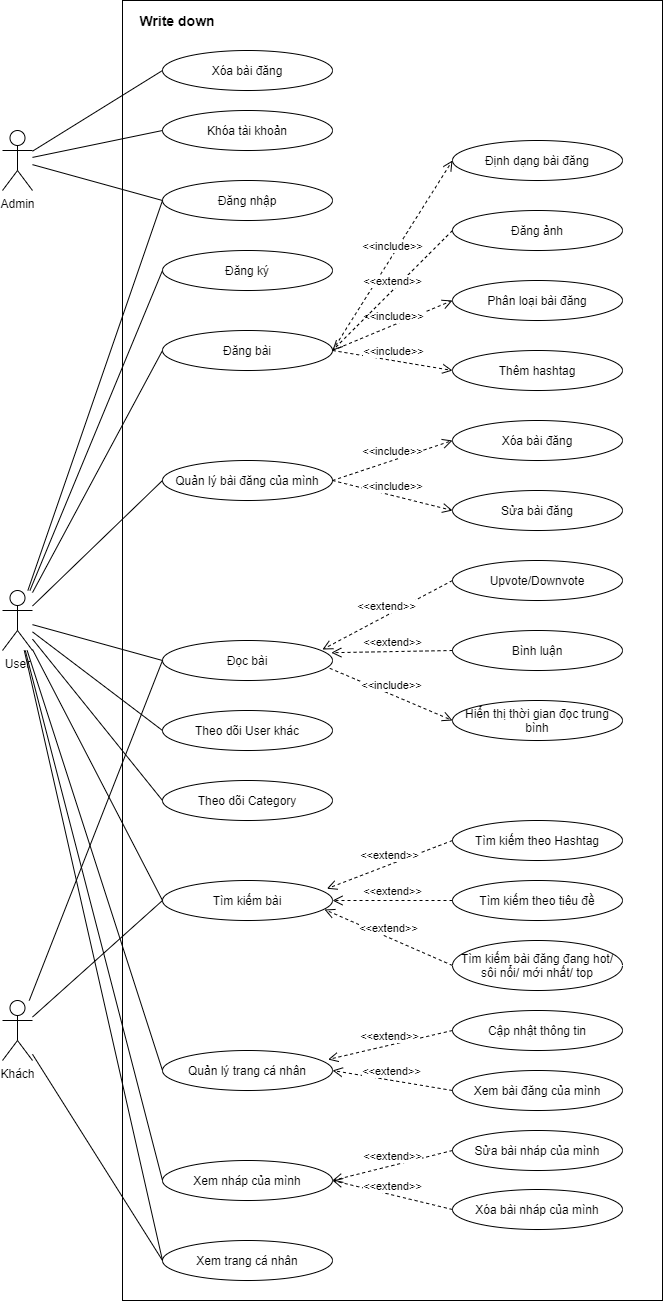
This is use_case/write_down.png from nghialuffy/write_down_project, a draw.io export, as it was before one commit. Source tidied: cells renumbered, new cells last; positions are measured from the earlier drawing's top-left corner, leaving out a move shared by most shapes.
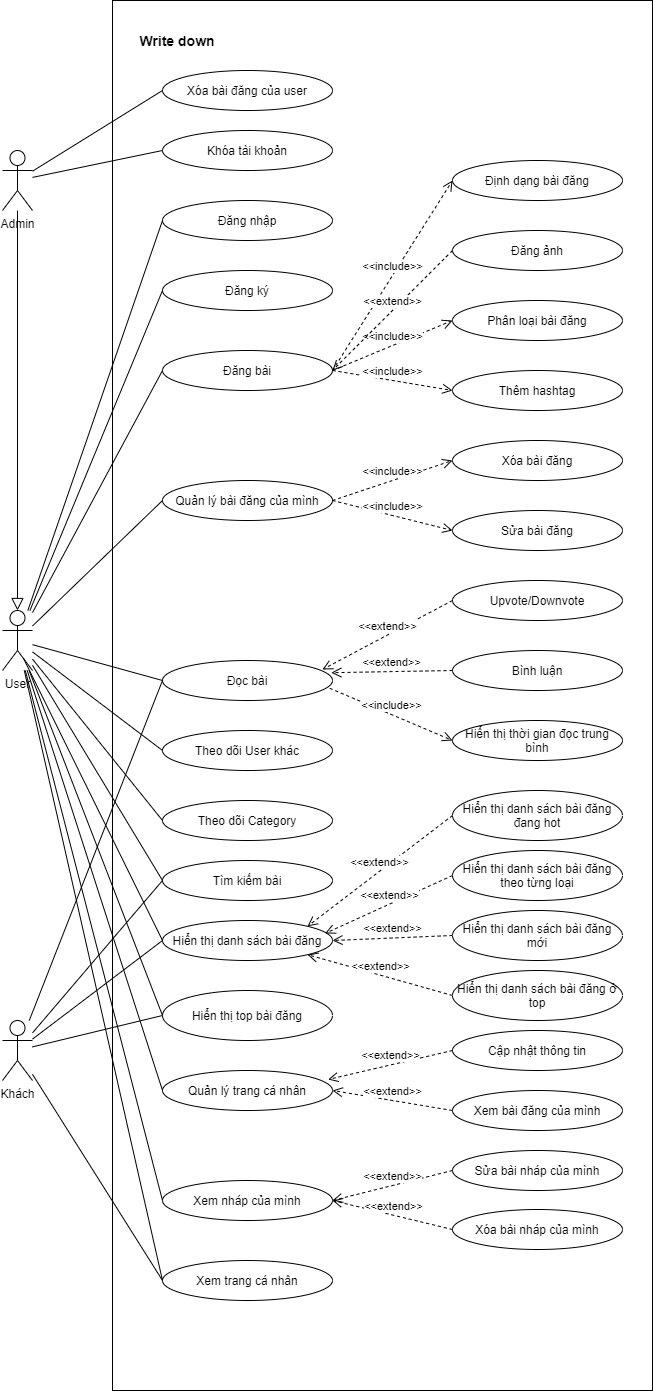
After the change.

Commit message:
update use case

Diff of the diagram source:
```diff
@@ -3,12 +3,12 @@
     <mxCell id="0" />
     <mxCell id="1" parent="0" />
     <mxCell id="2" style="rounded=0;whiteSpace=wrap;html=1;" parent="1" vertex="1">
-      <mxGeometry x="120" width="540" height="1300" as="geometry" />
+      <mxGeometry x="110" y="-20" width="540" height="1390" as="geometry" />
     </mxCell>
     <mxCell id="3" value="Admin" style="shape=umlActor;verticalLabelPosition=bottom;verticalAlign=top;html=1;outlineConnect=0;" parent="1" vertex="1">
       <mxGeometry y="130" width="30" height="60" as="geometry" />
     </mxCell>
-    <mxCell id="4" value="Xóa bài đăng" style="ellipse;whiteSpace=wrap;html=1;" parent="1" vertex="1">
+    <mxCell id="4" value="Xóa bài đăng của user" style="ellipse;whiteSpace=wrap;html=1;" parent="1" vertex="1">
       <mxGeometry x="160" y="50" width="170" height="40" as="geometry" />
     </mxCell>
     <mxCell id="5" value="Khóa tài khoản" style="ellipse;whiteSpace=wrap;html=1;" parent="1" vertex="1">
@@ -72,24 +72,12 @@
       <mxGeometry relative="1" as="geometry" />
     </mxCell>
     <mxCell id="25" value="Tìm kiếm bài" style="ellipse;whiteSpace=wrap;html=1;" parent="1" vertex="1">
-      <mxGeometry x="160" y="880" width="170" height="40" as="geometry" />
+      <mxGeometry x="160" y="840" width="170" height="40" as="geometry" />
     </mxCell>
-    <mxCell id="26" value="Tìm kiếm theo Hashtag" style="ellipse;whiteSpace=wrap;html=1;" parent="1" vertex="1">
-      <mxGeometry x="450" y="820" width="170" height="40" as="geometry" />
-    </mxCell>
-    <mxCell id="27" value="Tìm kiếm theo tiêu đề" style="ellipse;whiteSpace=wrap;html=1;" parent="1" vertex="1">
-      <mxGeometry x="450" y="880" width="170" height="40" as="geometry" />
-    </mxCell>
-    <mxCell id="28" value="Tìm kiếm bài đăng đang hot/ sôi nổi/ mới nhất/ top" style="ellipse;whiteSpace=wrap;html=1;" parent="1" vertex="1">
-      <mxGeometry x="450" y="940" width="170" height="50" as="geometry" />
+    <mxCell id="28" value="Hiển thị danh sách bài đăng đang hot" style="ellipse;whiteSpace=wrap;html=1;" parent="1" vertex="1">
+      <mxGeometry x="450" y="770" width="170" height="50" as="geometry" />
     </mxCell>
-    <mxCell id="29" value="&amp;lt;&amp;lt;extend&amp;gt;&amp;gt;" style="html=1;verticalAlign=bottom;endArrow=open;dashed=1;endSize=8;exitX=0;exitY=0.5;exitDx=0;exitDy=0;entryX=0.967;entryY=0.205;entryDx=0;entryDy=0;entryPerimeter=0;" parent="1" edge="1" source="26" target="25">
-      <mxGeometry relative="1" as="geometry" />
-    </mxCell>
-    <mxCell id="30" value="&amp;lt;&amp;lt;extend&amp;gt;&amp;gt;" style="html=1;verticalAlign=bottom;endArrow=open;dashed=1;endSize=8;entryX=1;entryY=0.5;entryDx=0;entryDy=0;exitX=0;exitY=0.5;exitDx=0;exitDy=0;" parent="1" edge="1" source="27" target="25">
-      <mxGeometry relative="1" as="geometry" />
-    </mxCell>
-    <mxCell id="31" value="&amp;lt;&amp;lt;extend&amp;gt;&amp;gt;" style="html=1;verticalAlign=bottom;endArrow=open;dashed=1;endSize=8;entryX=0.953;entryY=0.725;entryDx=0;entryDy=0;exitX=0;exitY=0.5;exitDx=0;exitDy=0;entryPerimeter=0;" parent="1" edge="1" source="28" target="25">
+    <mxCell id="31" value="&amp;lt;&amp;lt;extend&amp;gt;&amp;gt;" style="html=1;verticalAlign=bottom;endArrow=open;dashed=1;endSize=8;entryX=1;entryY=0;entryDx=0;entryDy=0;exitX=0;exitY=0.5;exitDx=0;exitDy=0;" parent="1" edge="1" source="28" target="69">
       <mxGeometry relative="1" as="geometry" />
     </mxCell>
     <mxCell id="32" value="Quản lý trang cá nhân" style="ellipse;whiteSpace=wrap;html=1;" parent="1" vertex="1">
@@ -116,12 +104,6 @@
     <mxCell id="39" value="&amp;lt;&amp;lt;extend&amp;gt;&amp;gt;" style="html=1;verticalAlign=bottom;endArrow=open;dashed=1;endSize=8;entryX=1;entryY=0.5;entryDx=0;entryDy=0;exitX=0;exitY=0.5;exitDx=0;exitDy=0;" parent="1" edge="1" source="36" target="35">
       <mxGeometry relative="1" as="geometry" />
     </mxCell>
-    <mxCell id="40" style="endArrow=none;html=1;entryX=0;entryY=0.5;entryDx=0;entryDy=0;" parent="1" edge="1" source="3" target="4">
-      <mxGeometry relative="1" as="geometry" />
-    </mxCell>
-    <mxCell id="41" style="endArrow=none;html=1;entryX=0;entryY=0.5;entryDx=0;entryDy=0;" parent="1" edge="1" source="3" target="5">
-      <mxGeometry relative="1" as="geometry" />
-    </mxCell>
     <mxCell id="42" style="endArrow=none;html=1;entryX=0;entryY=0.5;entryDx=0;entryDy=0;" parent="1" edge="1" source="6" target="7">
       <mxGeometry relative="1" as="geometry" />
     </mxCell>
@@ -143,9 +125,6 @@
     <mxCell id="48" value="Write down" style="text;html=1;strokeColor=none;fillColor=none;align=center;verticalAlign=middle;whiteSpace=wrap;rounded=0;fontStyle=1;fontSize=14;" parent="1" vertex="1">
       <mxGeometry x="130" y="10" width="90" height="20" as="geometry" />
     </mxCell>
-    <mxCell id="49" style="endArrow=none;html=1;entryX=0;entryY=0.5;entryDx=0;entryDy=0;" parent="1" edge="1" source="3" target="8">
-      <mxGeometry relative="1" as="geometry" />
-    </mxCell>
     <mxCell id="50" value="Quản lý bài đăng của mình" style="ellipse;whiteSpace=wrap;html=1;" parent="1" vertex="1">
       <mxGeometry x="160" y="460" width="170" height="40" as="geometry" />
     </mxCell>
@@ -203,5 +182,50 @@
     <mxCell id="68" style="endArrow=none;html=1;entryX=0;entryY=0.5;entryDx=0;entryDy=0;" parent="1" edge="1" source="6" target="62">
       <mxGeometry relative="1" as="geometry" />
     </mxCell>
+    <mxCell id="69" value="Hiển thị danh sách bài đăng" style="ellipse;whiteSpace=wrap;html=1;" parent="1" vertex="1">
+      <mxGeometry x="160" y="900" width="170" height="40" as="geometry" />
+    </mxCell>
+    <mxCell id="70" value="Hiển thị danh sách bài đăng theo từng loại" style="ellipse;whiteSpace=wrap;html=1;" parent="1" vertex="1">
+      <mxGeometry x="450" y="830" width="170" height="50" as="geometry" />
+    </mxCell>
+    <mxCell id="71" value="Hiển thị danh sách bài đăng mới" style="ellipse;whiteSpace=wrap;html=1;" parent="1" vertex="1">
+      <mxGeometry x="450" y="890" width="170" height="50" as="geometry" />
+    </mxCell>
+    <mxCell id="72" style="endArrow=none;html=1;entryX=0;entryY=0.5;entryDx=0;entryDy=0;" parent="1" edge="1" source="59" target="69">
+      <mxGeometry relative="1" as="geometry" />
+    </mxCell>
+    <mxCell id="73" style="endArrow=none;html=1;exitX=0.7;exitY=0.798;exitDx=0;exitDy=0;exitPerimeter=0;entryX=0;entryY=0.5;entryDx=0;entryDy=0;" parent="1" edge="1" source="6" target="69">
+      <mxGeometry relative="1" as="geometry" />
+    </mxCell>
+    <mxCell id="74" style="endArrow=block;html=1;endFill=0;endSize=10;" parent="1" edge="1" source="3" target="6">
+      <mxGeometry relative="1" as="geometry" />
+    </mxCell>
+    <mxCell id="40" style="endArrow=none;html=1;entryX=0;entryY=0.5;entryDx=0;entryDy=0;" parent="1" edge="1" source="3" target="4">
+      <mxGeometry relative="1" as="geometry" />
+    </mxCell>
+    <mxCell id="41" style="endArrow=none;html=1;entryX=0;entryY=0.5;entryDx=0;entryDy=0;" parent="1" edge="1" source="3" target="5">
+      <mxGeometry relative="1" as="geometry" />
+    </mxCell>
+    <mxCell id="75" value="Hiển thị danh sách bài đăng ở top" style="ellipse;whiteSpace=wrap;html=1;" parent="1" vertex="1">
+      <mxGeometry x="450" y="950" width="170" height="50" as="geometry" />
+    </mxCell>
+    <mxCell id="76" value="Hiển thị top bài đăng" style="ellipse;whiteSpace=wrap;html=1;" parent="1" vertex="1">
+      <mxGeometry x="160" y="970" width="170" height="50" as="geometry" />
+    </mxCell>
+    <mxCell id="77" value="&amp;lt;&amp;lt;extend&amp;gt;&amp;gt;" style="html=1;verticalAlign=bottom;endArrow=open;dashed=1;endSize=8;entryX=0.957;entryY=0.321;entryDx=0;entryDy=0;exitX=0;exitY=0.5;exitDx=0;exitDy=0;entryPerimeter=0;" parent="1" edge="1" source="70" target="69">
+      <mxGeometry relative="1" as="geometry" />
+    </mxCell>
+    <mxCell id="30" value="&amp;lt;&amp;lt;extend&amp;gt;&amp;gt;" style="html=1;verticalAlign=bottom;endArrow=open;dashed=1;endSize=8;entryX=1;entryY=0.5;entryDx=0;entryDy=0;exitX=0;exitY=0.5;exitDx=0;exitDy=0;" parent="1" edge="1" source="71" target="69">
+      <mxGeometry relative="1" as="geometry" />
+    </mxCell>
+    <mxCell id="78" value="&amp;lt;&amp;lt;extend&amp;gt;&amp;gt;" style="html=1;verticalAlign=bottom;endArrow=open;dashed=1;endSize=8;entryX=1;entryY=1;entryDx=0;entryDy=0;exitX=0;exitY=0.5;exitDx=0;exitDy=0;" parent="1" edge="1" source="75" target="69">
+      <mxGeometry relative="1" as="geometry" />
+    </mxCell>
+    <mxCell id="79" style="endArrow=none;html=1;entryX=0;entryY=0.5;entryDx=0;entryDy=0;" parent="1" edge="1" source="6" target="76">
+      <mxGeometry relative="1" as="geometry" />
+    </mxCell>
+    <mxCell id="80" style="endArrow=none;html=1;entryX=0;entryY=0.5;entryDx=0;entryDy=0;" parent="1" edge="1" source="59" target="76">
+      <mxGeometry relative="1" as="geometry" />
+    </mxCell>
   </root>
 </mxGraphModel>
```
